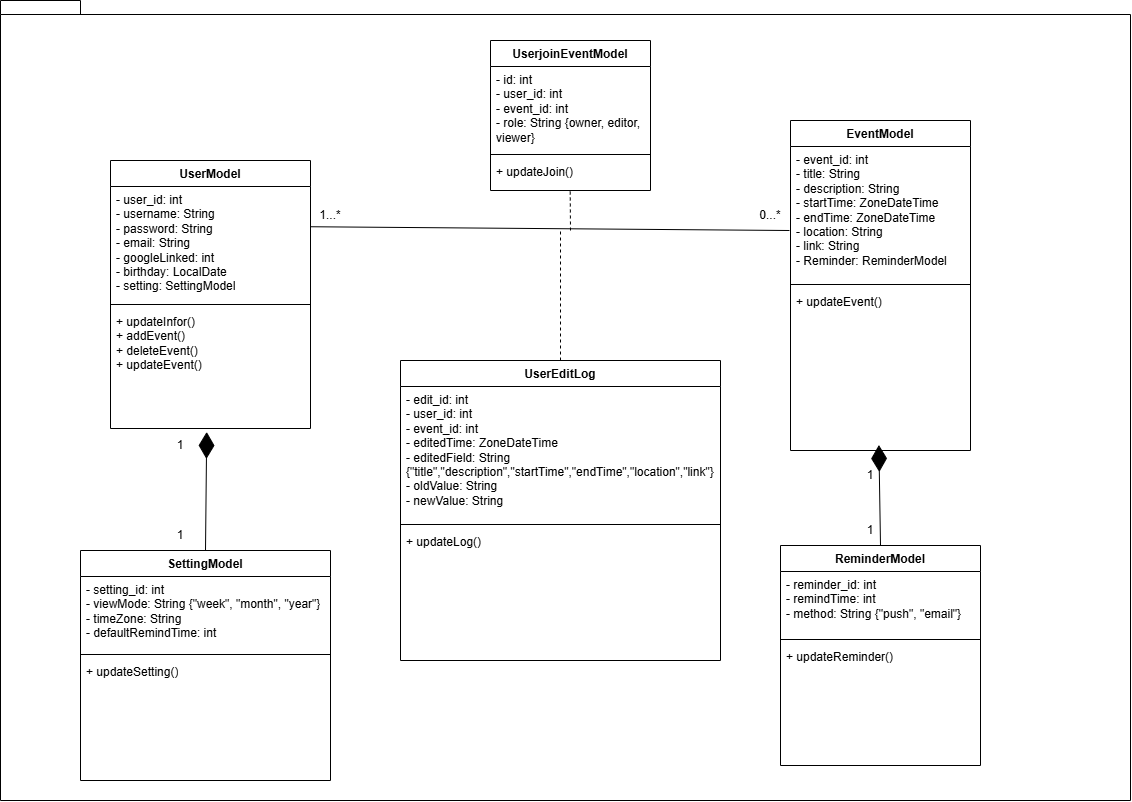
Before: Class diagram/Model/model.drawio.png, a diagram exported from draw.io (brown2004/PTTKHT-project). Source tidied: cells renumbered, new cells last; positions are measured from the earlier drawing's top-left corner, leaving out a move shared by most shapes.
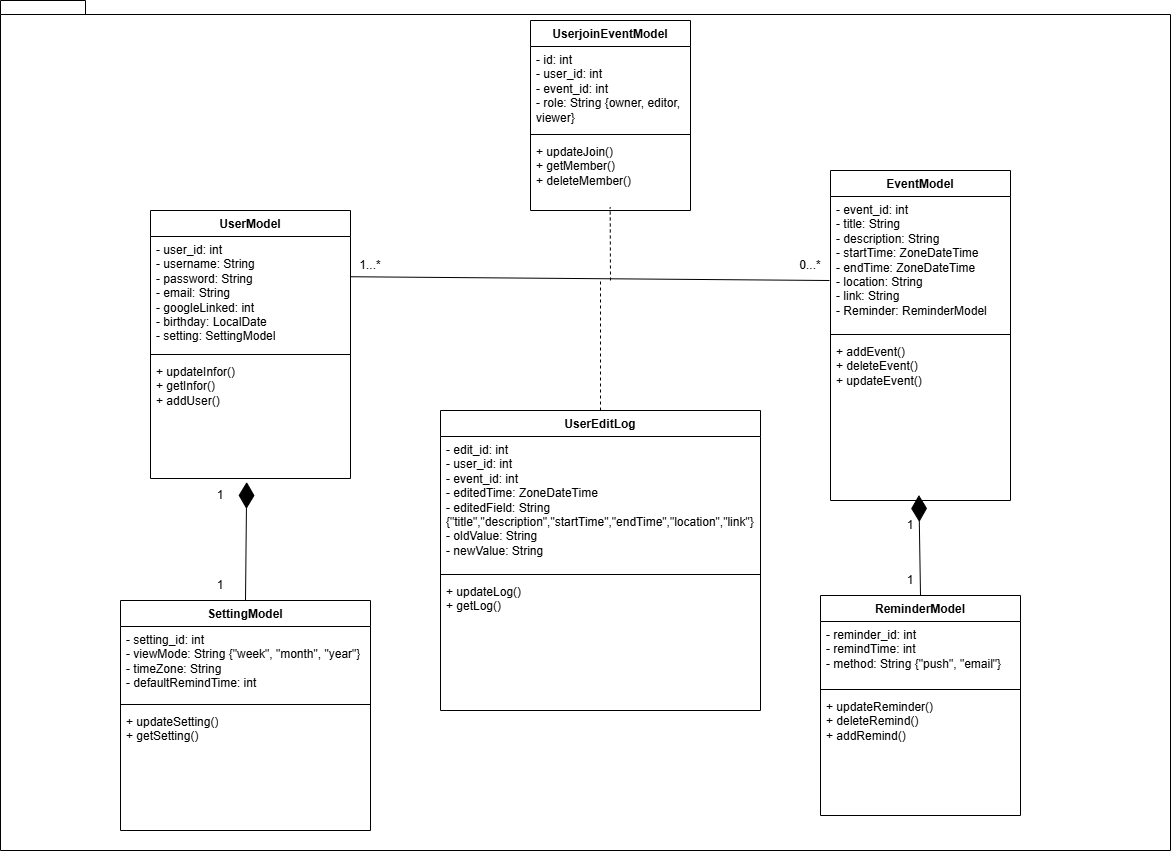
After the change.

Diff of the diagram source:
```diff
@@ -3,7 +3,7 @@
     <mxCell id="0" />
     <mxCell id="1" parent="0" />
     <mxCell id="2" style="shape=folder;fontStyle=1;spacingTop=10;tabWidth=40;tabHeight=14;tabPosition=left;html=1;whiteSpace=wrap;" parent="1" vertex="1">
-      <mxGeometry width="1130" height="800" as="geometry" />
+      <mxGeometry x="-40" y="-50" width="1170" height="850" as="geometry" />
     </mxCell>
     <mxCell id="3" value="UserModel" style="swimlane;fontStyle=1;align=center;verticalAlign=top;horizontal=1;startSize=26;whiteSpace=wrap;html=1;" parent="1" vertex="1">
       <mxGeometry x="110" y="160" width="200" height="268" as="geometry" />
@@ -14,7 +14,7 @@
     <mxCell id="5" style="line;strokeWidth=1;fillColor=none;align=left;verticalAlign=middle;spacingTop=-1;spacingLeft=3;spacingRight=3;labelPosition=right;strokeColor=inherit;" parent="3" vertex="1">
       <mxGeometry y="140" width="200" height="8" as="geometry" />
     </mxCell>
-    <mxCell id="6" value="+ updateInfor()&lt;div&gt;+ addEvent()&lt;/div&gt;&lt;div&gt;+ deleteEvent()&lt;/div&gt;&lt;div&gt;+ updateEvent()&lt;/div&gt;&lt;div&gt;&lt;br&gt;&lt;/div&gt;&lt;div&gt;&lt;br&gt;&lt;/div&gt;" style="text;strokeColor=none;fillColor=none;align=left;verticalAlign=top;spacingLeft=4;spacingRight=4;overflow=hidden;points=[[0,0.5],[1,0.5]];portConstraint=eastwest;whiteSpace=wrap;html=1;" parent="3" vertex="1">
+    <mxCell id="6" value="+ updateInfor()&lt;div&gt;+ getInfor()&lt;/div&gt;&lt;div&gt;+ addUser()&lt;/div&gt;&lt;div&gt;&lt;br&gt;&lt;div&gt;&lt;br&gt;&lt;/div&gt;&lt;div&gt;&lt;br&gt;&lt;/div&gt;&lt;div&gt;&lt;br&gt;&lt;/div&gt;&lt;/div&gt;" style="text;strokeColor=none;fillColor=none;align=left;verticalAlign=top;spacingLeft=4;spacingRight=4;overflow=hidden;points=[[0,0.5],[1,0.5]];portConstraint=eastwest;whiteSpace=wrap;html=1;" parent="3" vertex="1">
       <mxGeometry y="148" width="200" height="120" as="geometry" />
     </mxCell>
     <mxCell id="7" value="SettingModel" style="swimlane;fontStyle=1;align=center;verticalAlign=top;horizontal=1;startSize=26;whiteSpace=wrap;html=1;" parent="1" vertex="1">
@@ -26,7 +26,7 @@
     <mxCell id="9" style="line;strokeWidth=1;fillColor=none;align=left;verticalAlign=middle;spacingTop=-1;spacingLeft=3;spacingRight=3;labelPosition=right;strokeColor=inherit;" parent="7" vertex="1">
       <mxGeometry y="100" width="250" height="8" as="geometry" />
     </mxCell>
-    <mxCell id="10" value="+ updateSetting()" style="text;strokeColor=none;fillColor=none;align=left;verticalAlign=top;spacingLeft=4;spacingRight=4;overflow=hidden;whiteSpace=wrap;html=1;" parent="7" vertex="1">
+    <mxCell id="10" value="+ updateSetting()&lt;div&gt;+ getSetting()&lt;/div&gt;&lt;div&gt;&lt;br&gt;&lt;/div&gt;" style="text;strokeColor=none;fillColor=none;align=left;verticalAlign=top;spacingLeft=4;spacingRight=4;overflow=hidden;whiteSpace=wrap;html=1;" parent="7" vertex="1">
       <mxGeometry y="108" width="250" height="122" as="geometry" />
     </mxCell>
     <mxCell id="11" value="EventModel" style="swimlane;fontStyle=1;align=center;verticalAlign=top;horizontal=1;startSize=26;whiteSpace=wrap;html=1;" parent="1" vertex="1">
@@ -38,7 +38,7 @@
     <mxCell id="13" style="line;strokeWidth=1;fillColor=none;align=left;verticalAlign=middle;spacingTop=-1;spacingLeft=3;spacingRight=3;labelPosition=right;strokeColor=inherit;" parent="11" vertex="1">
       <mxGeometry y="160" width="180" height="8" as="geometry" />
     </mxCell>
-    <mxCell id="14" value="+ updateEvent()" style="text;strokeColor=none;fillColor=none;align=left;verticalAlign=top;spacingLeft=4;spacingRight=4;overflow=hidden;points=[[0,0.5],[1,0.5]];portConstraint=eastwest;whiteSpace=wrap;html=1;" parent="11" vertex="1">
+    <mxCell id="14" value="&lt;div&gt;+ addEvent()&lt;/div&gt;&lt;div&gt;+ deleteEvent()&lt;/div&gt;&lt;div&gt;+ updateEvent()&lt;/div&gt;" style="text;strokeColor=none;fillColor=none;align=left;verticalAlign=top;spacingLeft=4;spacingRight=4;overflow=hidden;points=[[0,0.5],[1,0.5]];portConstraint=eastwest;whiteSpace=wrap;html=1;" parent="11" vertex="1">
       <mxGeometry y="168" width="180" height="162" as="geometry" />
     </mxCell>
     <mxCell id="15" value="ReminderModel" style="swimlane;fontStyle=1;align=center;verticalAlign=top;horizontal=1;startSize=26;whiteSpace=wrap;html=1;" parent="1" vertex="1">
@@ -50,11 +50,11 @@
     <mxCell id="17" style="line;strokeWidth=1;fillColor=none;align=left;verticalAlign=middle;spacingTop=-1;spacingLeft=3;spacingRight=3;labelPosition=right;strokeColor=inherit;" parent="15" vertex="1">
       <mxGeometry y="90" width="200" height="8" as="geometry" />
     </mxCell>
-    <mxCell id="18" value="+ updateReminder()" style="text;strokeColor=none;fillColor=none;align=left;verticalAlign=top;spacingLeft=4;spacingRight=4;overflow=hidden;whiteSpace=wrap;html=1;" parent="15" vertex="1">
+    <mxCell id="18" value="+ updateReminder()&lt;div&gt;+ deleteRemind()&lt;/div&gt;&lt;div&gt;+ addRemind()&lt;/div&gt;" style="text;strokeColor=none;fillColor=none;align=left;verticalAlign=top;spacingLeft=4;spacingRight=4;overflow=hidden;whiteSpace=wrap;html=1;" parent="15" vertex="1">
       <mxGeometry y="98" width="200" height="122" as="geometry" />
     </mxCell>
     <mxCell id="19" value="UserjoinEventModel" style="swimlane;fontStyle=1;align=center;verticalAlign=top;horizontal=1;startSize=26;whiteSpace=wrap;html=1;" parent="1" vertex="1">
-      <mxGeometry x="490" y="40" width="160" height="150" as="geometry" />
+      <mxGeometry x="490" y="-30" width="160" height="190" as="geometry" />
     </mxCell>
     <mxCell id="20" value="&lt;div&gt;- id: int&lt;/div&gt;&lt;div&gt;- user_id: int&lt;/div&gt;&lt;div&gt;- event_id: int&lt;/div&gt;&lt;div&gt;- role: String {owner, editor, viewer}&lt;/div&gt;" style="text;strokeColor=none;fillColor=none;align=left;verticalAlign=top;spacingLeft=4;spacingRight=4;overflow=hidden;whiteSpace=wrap;html=1;" parent="19" vertex="1">
       <mxGeometry y="26" width="160" height="84" as="geometry" />
@@ -62,8 +62,8 @@
     <mxCell id="21" style="line;strokeWidth=1;fillColor=none;align=left;verticalAlign=middle;spacingTop=-1;spacingLeft=3;spacingRight=3;labelPosition=right;strokeColor=inherit;" parent="19" vertex="1">
       <mxGeometry y="110" width="160" height="8" as="geometry" />
     </mxCell>
-    <mxCell id="22" value="+ updateJoin()" style="text;strokeColor=none;fillColor=none;align=left;verticalAlign=top;spacingLeft=4;spacingRight=4;overflow=hidden;points=[[0,0.5],[1,0.5]];portConstraint=eastwest;whiteSpace=wrap;html=1;" parent="19" vertex="1">
-      <mxGeometry y="118" width="160" height="32" as="geometry" />
+    <mxCell id="22" value="+ updateJoin()&lt;div&gt;+ getMember()&lt;/div&gt;&lt;div&gt;+ deleteMember()&lt;/div&gt;&lt;div&gt;&lt;br&gt;&lt;/div&gt;" style="text;strokeColor=none;fillColor=none;align=left;verticalAlign=top;spacingLeft=4;spacingRight=4;overflow=hidden;points=[[0,0.5],[1,0.5]];portConstraint=eastwest;whiteSpace=wrap;html=1;" parent="19" vertex="1">
+      <mxGeometry y="118" width="160" height="72" as="geometry" />
     </mxCell>
     <mxCell id="23" value="UserEditLog" style="swimlane;fontStyle=1;align=center;verticalAlign=top;horizontal=1;startSize=26;whiteSpace=wrap;html=1;" parent="1" vertex="1">
       <mxGeometry x="400" y="360" width="320" height="300" as="geometry" />
@@ -74,7 +74,7 @@
     <mxCell id="25" style="line;strokeWidth=1;fillColor=none;align=left;verticalAlign=middle;spacingTop=-1;spacingLeft=3;spacingRight=3;labelPosition=right;strokeColor=inherit;" parent="23" vertex="1">
       <mxGeometry y="160" width="320" height="8" as="geometry" />
     </mxCell>
-    <mxCell id="26" value="+ updateLog()" style="text;strokeColor=none;fillColor=none;align=left;verticalAlign=top;spacingLeft=4;spacingRight=4;overflow=hidden;whiteSpace=wrap;html=1;" parent="23" vertex="1">
+    <mxCell id="26" value="+ updateLog()&lt;div&gt;+ getLog()&lt;/div&gt;&lt;div&gt;&lt;br&gt;&lt;/div&gt;" style="text;strokeColor=none;fillColor=none;align=left;verticalAlign=top;spacingLeft=4;spacingRight=4;overflow=hidden;whiteSpace=wrap;html=1;" parent="23" vertex="1">
       <mxGeometry y="168" width="320" height="132" as="geometry" />
     </mxCell>
     <mxCell id="27" style="endArrow=diamondThin;endFill=1;endSize=24;html=1;rounded=0;exitX=0.5;exitY=0;exitDx=0;exitDy=0;entryX=0.481;entryY=1.029;entryDx=0;entryDy=0;entryPerimeter=0;" parent="1" edge="1" source="7" target="6">
```
